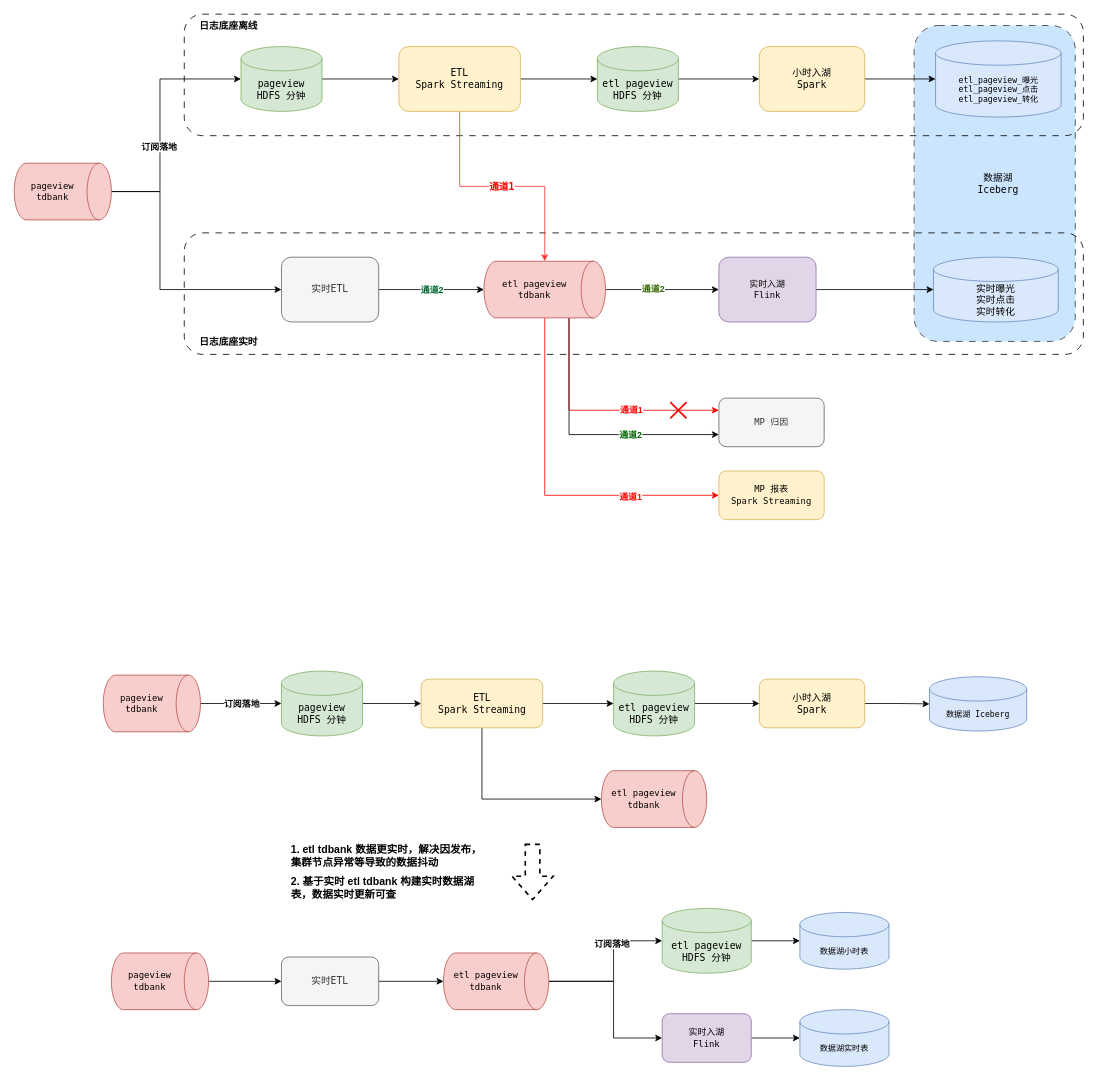
Before: etl_pageview_streaming.drawio in WindLeeWT/Misc, a draw.io diagram. Source tidied: cells renumbered, new cells numbered last; positions are measured from the earlier drawing's top-left corner, leaving out a move shared by most shapes. Both pictures are drawn from the tidied source at 81%, with x=0, y=0 at pixel (14, 14).
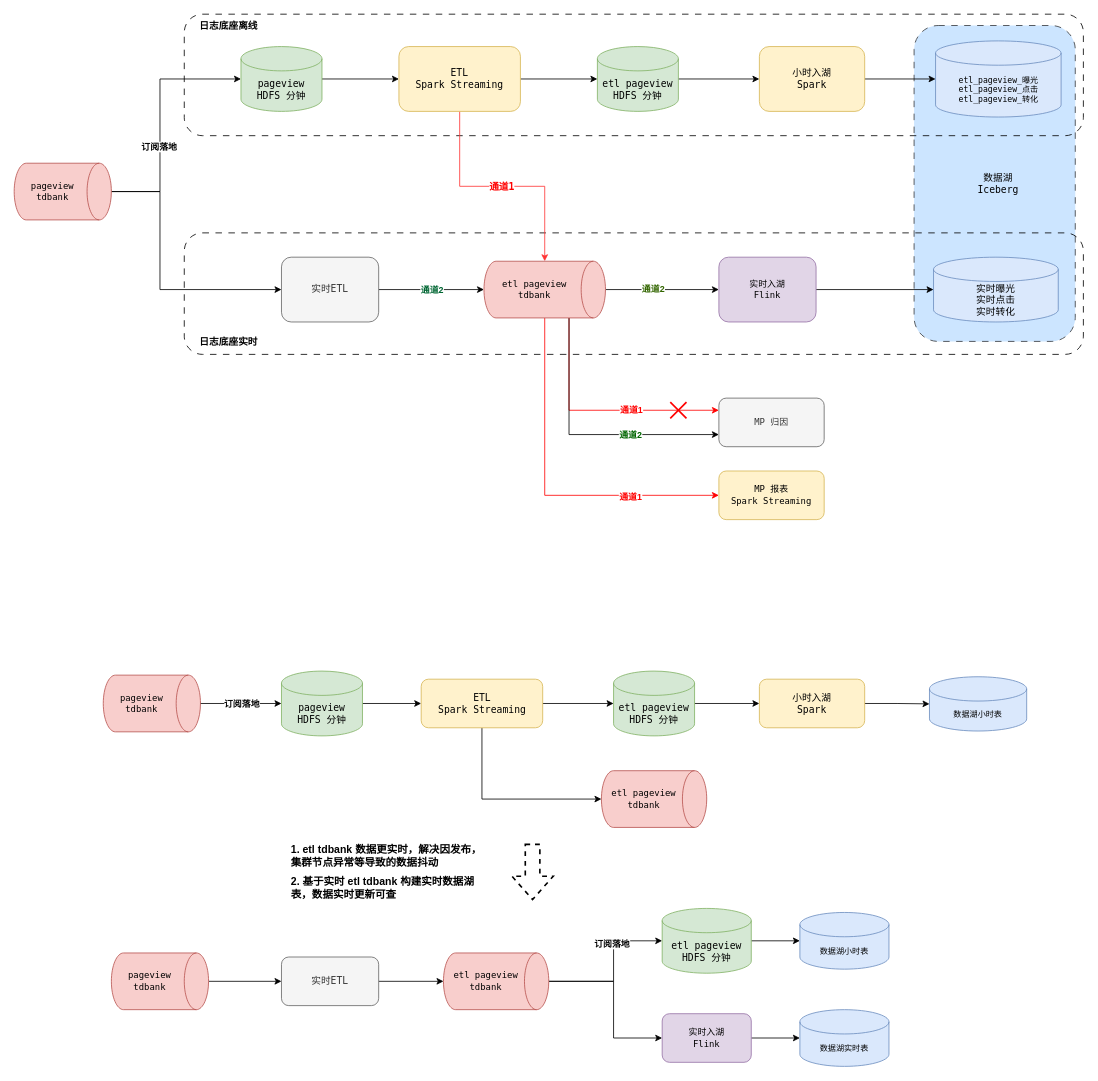
After the change.

Diff of the diagram source:
```diff
@@
-    <mxCell id="52" value="数据湖 Iceberg" style="shape=cylinder3;whiteSpace=wrap;html=1;boundedLbl=1;backgroundOutline=1;size=15;fontFamily=Lucida Console;fontSize=10;fillColor=#dae8fc;strokeColor=#6c8ebf;fontStyle=0;" parent="1" vertex="1">
+    <mxCell id="52" value="数据湖小时表" style="shape=cylinder3;whiteSpace=wrap;html=1;boundedLbl=1;backgroundOutline=1;size=15;fontFamily=Lucida Console;fontSize=10;fillColor=#dae8fc;strokeColor=#6c8ebf;fontStyle=0;" parent="1" vertex="1">
       <mxGeometry x="1130" y="818" width="120" height="67" as="geometry" />
     </mxCell>
```
